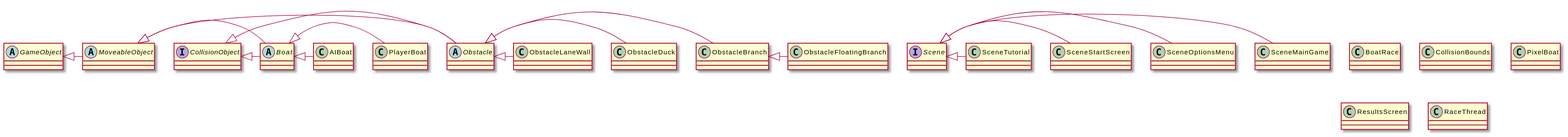
Frinksy/PixelBoatWebsite keeps this PlantUML diagram as UML/SVG/UML_inheritance.svg. Above is the earlier version.
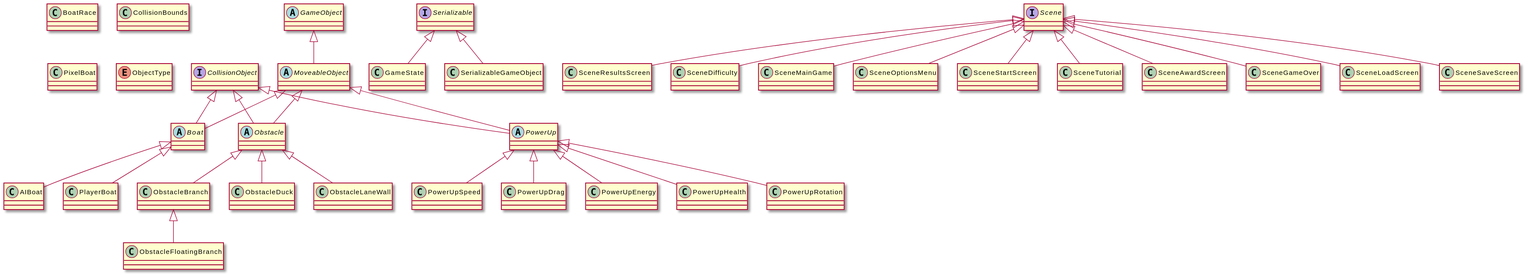
The same diagram one commit later.

The edit, as a diff of the source:
```diff
@@ -2,6 +2,7 @@
 class AIBoat
 abstract class Boat
 class BoatRace
+class GameState
 class CollisionBounds
 interface CollisionObject
 abstract class GameObject
@@ -11,35 +12,65 @@
 class ObstacleDuck
 class ObstacleFloatingBranch
 class ObstacleLaneWall
+abstract class PowerUp
+class PowerUpSpeed
+class PowerUpDrag
+class PowerUpEnergy
+class PowerUpHealth
+class PowerUpRotation
 class PixelBoat
 class PlayerBoat
-class ResultsScreen
+class SceneResultsScreen
 interface Scene
+class SceneDifficulty
 class SceneMainGame
 class SceneOptionsMenu
 class SceneStartScreen
 class SceneTutorial
-class RaceThread
+class SceneAwardScreen
+class SceneGameOver
+class SceneLoadScreen
+class SceneSaveScreen
+interface Serializable
+class GameState
+class SerializableGameObject
+enum ObjectType
 
 
+GameObject <|-- MoveableObject
 
-GameObject <|- MoveableObject
+MoveableObject <|-- Obstacle
+CollisionObject <|-- Obstacle
+Obstacle <|-- ObstacleBranch
+Obstacle <|-- ObstacleDuck
+ObstacleBranch <|-- ObstacleFloatingBranch
+Obstacle <|-- ObstacleLaneWall
 
-MoveableObject <|- Obstacle
-CollisionObject <|- Obstacle
-Obstacle <|- ObstacleBranch
-Obstacle <|- ObstacleDuck
-ObstacleBranch <|- ObstacleFloatingBranch
-Obstacle <|- ObstacleLaneWall
+MoveableObject <|-- PowerUp
+CollisionObject <|-- PowerUp
+PowerUp <|-- PowerUpEnergy
+PowerUp <|-- PowerUpSpeed
+PowerUp <|-- PowerUpRotation
+PowerUp <|-- PowerUpDrag
+PowerUp <|-- PowerUpHealth
 
-MoveableObject <|- Boat
-CollisionObject <|- Boat
-Boat <|- PlayerBoat
-Boat <|- AIBoat
+MoveableObject <|-- Boat
+CollisionObject <|-- Boat
+Boat <|-- PlayerBoat
+Boat <|-- AIBoat
 
-Scene <|- SceneMainGame
-Scene <|- SceneOptionsMenu
-Scene <|- SceneStartScreen
-Scene <|- SceneTutorial
+Scene <|-- SceneMainGame
+Scene <|-- SceneOptionsMenu
+Scene <|-- SceneStartScreen
+Scene <|-- SceneTutorial
+Scene <|-- SceneDifficulty
+Scene <|-- SceneResultsScreen
+Scene <|-- SceneAwardScreen
+Scene <|-- SceneGameOver
+Scene <|-- SceneLoadScreen
+Scene <|-- SceneSaveScreen
+
+Serializable <|-- GameState
+Serializable <|-- SerializableGameObject
 
 @enduml
```
